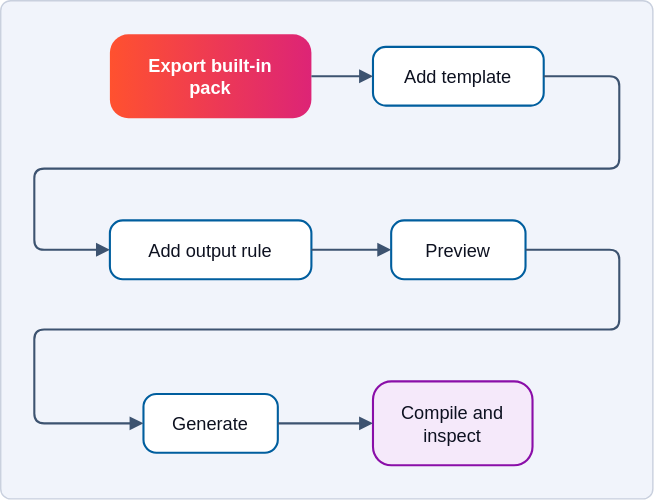
Above: docs/images/diagrams/tutorials-build-and-verify-a-scaffold-pack-1.drawio.svg in bleviet/ipcraft-vscode (draw.io), before the change. Source tidied: cells renumbered, new cells last; positions are measured from the earlier drawing's top-left corner, leaving out a move shared by most shapes. Its diagram source:
```xml
<mxGraphModel>
  <root>
    <mxCell id="0" />
    <mxCell id="1" value="Background" parent="0" />
    <mxCell id="2" style="rounded=1;arcSize=2;absoluteArcSize=0;fillColor=#f1f4fb;strokeColor=#c9d0de;" parent="1" vertex="1">
      <mxGeometry width="466" height="356" as="geometry" />
    </mxCell>
    <mxCell id="3" value="Diagram" parent="0" />
    <mxCell id="4" value="Export built-in&#10;pack" style="fontFamily=Manrope, Helvetica, Arial, sans-serif;fontSize=13;fontColor=#0d1120;strokeWidth=1.5;rounded=1;arcSize=22;fillColor=#ff512f;gradientColor=#dd2476;gradientDirection=east;strokeColor=none;fontColor=#ffffff;fontStyle=1;" parent="3" vertex="1">
      <mxGeometry x="78" y="24" width="144" height="60" as="geometry" />
    </mxCell>
    <mxCell id="5" value="Add template" style="fontFamily=Manrope, Helvetica, Arial, sans-serif;fontSize=13;fontColor=#0d1120;strokeWidth=1.5;rounded=1;arcSize=22;fillColor=#ffffff;strokeColor=#005e9e;" parent="3" vertex="1">
      <mxGeometry x="266" y="33" width="122" height="42" as="geometry" />
    </mxCell>
    <mxCell id="6" value="Add output rule" style="fontFamily=Manrope, Helvetica, Arial, sans-serif;fontSize=13;fontColor=#0d1120;strokeWidth=1.5;rounded=1;arcSize=22;fillColor=#ffffff;strokeColor=#005e9e;" parent="3" vertex="1">
      <mxGeometry x="78" y="157" width="144" height="42" as="geometry" />
    </mxCell>
    <mxCell id="7" value="Preview" style="fontFamily=Manrope, Helvetica, Arial, sans-serif;fontSize=13;fontColor=#0d1120;strokeWidth=1.5;rounded=1;arcSize=22;fillColor=#ffffff;strokeColor=#005e9e;" parent="3" vertex="1">
      <mxGeometry x="279" y="157" width="96" height="42" as="geometry" />
    </mxCell>
    <mxCell id="8" value="Generate" style="fontFamily=Manrope, Helvetica, Arial, sans-serif;fontSize=13;fontColor=#0d1120;strokeWidth=1.5;rounded=1;arcSize=22;fillColor=#ffffff;strokeColor=#005e9e;" parent="3" vertex="1">
      <mxGeometry x="102" y="281" width="96" height="42" as="geometry" />
    </mxCell>
    <mxCell id="9" value="Compile and&#10;inspect" style="fontFamily=Manrope, Helvetica, Arial, sans-serif;fontSize=13;fontColor=#0d1120;strokeWidth=1.5;rounded=1;arcSize=22;fillColor=#f5e9fa;strokeColor=#8a0ea8;" parent="3" vertex="1">
      <mxGeometry x="266" y="272" width="114" height="60" as="geometry" />
    </mxCell>
    <mxCell id="10" style="edgeStyle=orthogonalEdgeStyle;rounded=1;arcSize=14;strokeColor=#3d5370;strokeWidth=1.5;endArrow=block;endFill=1;endSize=6;fontFamily=Manrope, Helvetica, Arial, sans-serif;fontSize=11;fontColor=#3d5370;labelBackgroundColor=#f1f4fb;exitX=1;exitY=0.5;exitDx=0;exitDy=0;entryX=0;entryY=0.5;entryDx=0;entryDy=0;" parent="3" edge="1" source="4" target="5">
      <mxGeometry relative="1" as="geometry" />
    </mxCell>
    <mxCell id="11" style="edgeStyle=orthogonalEdgeStyle;rounded=1;arcSize=14;strokeColor=#3d5370;strokeWidth=1.5;endArrow=block;endFill=1;endSize=6;fontFamily=Manrope, Helvetica, Arial, sans-serif;fontSize=11;fontColor=#3d5370;labelBackgroundColor=#f1f4fb;exitX=1;exitY=0.5;exitDx=0;exitDy=0;entryX=0;entryY=0.5;entryDx=0;entryDy=0;" parent="3" edge="1" source="5" target="6">
      <mxGeometry relative="1" as="geometry">
        <Array as="points">
          <mxPoint x="442" y="54" />
          <mxPoint x="442" y="120" />
          <mxPoint x="24" y="120" />
          <mxPoint x="24" y="178" />
        </Array>
      </mxGeometry>
    </mxCell>
    <mxCell id="12" style="edgeStyle=orthogonalEdgeStyle;rounded=1;arcSize=14;strokeColor=#3d5370;strokeWidth=1.5;endArrow=block;endFill=1;endSize=6;fontFamily=Manrope, Helvetica, Arial, sans-serif;fontSize=11;fontColor=#3d5370;labelBackgroundColor=#f1f4fb;exitX=1;exitY=0.5;exitDx=0;exitDy=0;entryX=0;entryY=0.5;entryDx=0;entryDy=0;" parent="3" edge="1" source="6" target="7">
      <mxGeometry relative="1" as="geometry" />
    </mxCell>
    <mxCell id="13" style="edgeStyle=orthogonalEdgeStyle;rounded=1;arcSize=14;strokeColor=#3d5370;strokeWidth=1.5;endArrow=block;endFill=1;endSize=6;fontFamily=Manrope, Helvetica, Arial, sans-serif;fontSize=11;fontColor=#3d5370;labelBackgroundColor=#f1f4fb;exitX=1;exitY=0.5;exitDx=0;exitDy=0;entryX=0;entryY=0.5;entryDx=0;entryDy=0;" parent="3" edge="1" source="7" target="8">
      <mxGeometry relative="1" as="geometry">
        <Array as="points">
          <mxPoint x="442" y="178" />
          <mxPoint x="442" y="235" />
          <mxPoint x="24" y="235" />
          <mxPoint x="24" y="302" />
        </Array>
      </mxGeometry>
    </mxCell>
    <mxCell id="14" style="edgeStyle=orthogonalEdgeStyle;rounded=1;arcSize=14;strokeColor=#3d5370;strokeWidth=1.5;endArrow=block;endFill=1;endSize=6;fontFamily=Manrope, Helvetica, Arial, sans-serif;fontSize=11;fontColor=#3d5370;labelBackgroundColor=#f1f4fb;exitX=1;exitY=0.5;exitDx=0;exitDy=0;entryX=0;entryY=0.5;entryDx=0;entryDy=0;" parent="3" edge="1" source="8" target="9">
      <mxGeometry relative="1" as="geometry" />
    </mxCell>
  </root>
</mxGraphModel>
```
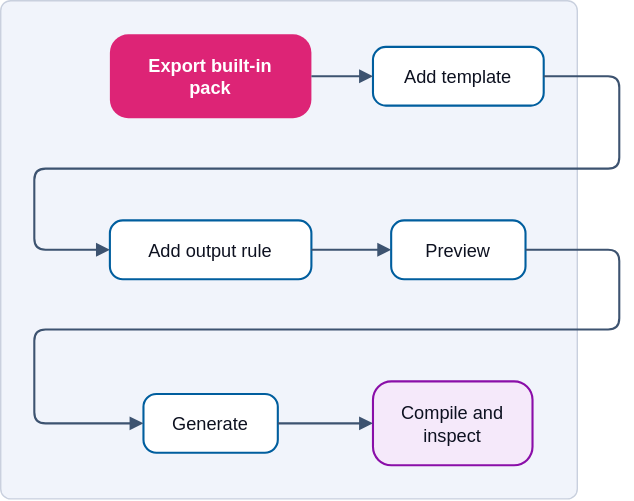
Above is the later version.

What changed in the source:
```diff
@@ -3,10 +3,10 @@
     <mxCell id="0" />
     <mxCell id="1" value="Background" parent="0" />
     <mxCell id="2" style="rounded=1;arcSize=2;absoluteArcSize=0;fillColor=#f1f4fb;strokeColor=#c9d0de;" parent="1" vertex="1">
-      <mxGeometry width="466" height="356" as="geometry" />
+      <mxGeometry width="412" height="356" as="geometry" />
     </mxCell>
     <mxCell id="3" value="Diagram" parent="0" />
-    <mxCell id="4" value="Export built-in&#10;pack" style="fontFamily=Manrope, Helvetica, Arial, sans-serif;fontSize=13;fontColor=#0d1120;strokeWidth=1.5;rounded=1;arcSize=22;fillColor=#ff512f;gradientColor=#dd2476;gradientDirection=east;strokeColor=none;fontColor=#ffffff;fontStyle=1;" parent="3" vertex="1">
+    <mxCell id="4" value="Export built-in&#10;pack" style="fontFamily=Manrope, Helvetica, Arial, sans-serif;fontSize=13;fontColor=#0d1120;strokeWidth=1.5;rounded=1;arcSize=22;fillColor=#dd2476;strokeColor=none;fontColor=#ffffff;fontStyle=1;" parent="3" vertex="1">
       <mxGeometry x="78" y="24" width="144" height="60" as="geometry" />
     </mxCell>
     <mxCell id="5" value="Add template" style="fontFamily=Manrope, Helvetica, Arial, sans-serif;fontSize=13;fontColor=#0d1120;strokeWidth=1.5;rounded=1;arcSize=22;fillColor=#ffffff;strokeColor=#005e9e;" parent="3" vertex="1">
@@ -24,10 +24,10 @@
     <mxCell id="9" value="Compile and&#10;inspect" style="fontFamily=Manrope, Helvetica, Arial, sans-serif;fontSize=13;fontColor=#0d1120;strokeWidth=1.5;rounded=1;arcSize=22;fillColor=#f5e9fa;strokeColor=#8a0ea8;" parent="3" vertex="1">
       <mxGeometry x="266" y="272" width="114" height="60" as="geometry" />
     </mxCell>
-    <mxCell id="10" style="edgeStyle=orthogonalEdgeStyle;rounded=1;arcSize=14;strokeColor=#3d5370;strokeWidth=1.5;endArrow=block;endFill=1;endSize=6;fontFamily=Manrope, Helvetica, Arial, sans-serif;fontSize=11;fontColor=#3d5370;labelBackgroundColor=#f1f4fb;exitX=1;exitY=0.5;exitDx=0;exitDy=0;entryX=0;entryY=0.5;entryDx=0;entryDy=0;" parent="3" edge="1" source="4" target="5">
+    <mxCell id="10" style="edgeStyle=orthogonalEdgeStyle;rounded=1;arcSize=16;html=0;strokeColor=#3d5370;strokeWidth=1.5;endArrow=block;endFill=1;endSize=6;fontFamily=Manrope, Helvetica, Arial, sans-serif;fontSize=11;fontColor=#3d5370;labelBackgroundColor=#f1f4fb;exitX=1;exitY=0.5;exitDx=0;exitDy=0;entryX=0;entryY=0.5;entryDx=0;entryDy=0;" parent="3" edge="1" source="4" target="5">
       <mxGeometry relative="1" as="geometry" />
     </mxCell>
-    <mxCell id="11" style="edgeStyle=orthogonalEdgeStyle;rounded=1;arcSize=14;strokeColor=#3d5370;strokeWidth=1.5;endArrow=block;endFill=1;endSize=6;fontFamily=Manrope, Helvetica, Arial, sans-serif;fontSize=11;fontColor=#3d5370;labelBackgroundColor=#f1f4fb;exitX=1;exitY=0.5;exitDx=0;exitDy=0;entryX=0;entryY=0.5;entryDx=0;entryDy=0;" parent="3" edge="1" source="5" target="6">
+    <mxCell id="11" style="edgeStyle=orthogonalEdgeStyle;rounded=1;arcSize=16;html=0;strokeColor=#3d5370;strokeWidth=1.5;endArrow=block;endFill=1;endSize=6;fontFamily=Manrope, Helvetica, Arial, sans-serif;fontSize=11;fontColor=#3d5370;labelBackgroundColor=#f1f4fb;exitX=1;exitY=0.5;exitDx=0;exitDy=0;entryX=0;entryY=0.5;entryDx=0;entryDy=0;" parent="3" edge="1" source="5" target="6">
       <mxGeometry relative="1" as="geometry">
         <Array as="points">
           <mxPoint x="442" y="54" />
@@ -37,10 +37,10 @@
         </Array>
       </mxGeometry>
     </mxCell>
-    <mxCell id="12" style="edgeStyle=orthogonalEdgeStyle;rounded=1;arcSize=14;strokeColor=#3d5370;strokeWidth=1.5;endArrow=block;endFill=1;endSize=6;fontFamily=Manrope, Helvetica, Arial, sans-serif;fontSize=11;fontColor=#3d5370;labelBackgroundColor=#f1f4fb;exitX=1;exitY=0.5;exitDx=0;exitDy=0;entryX=0;entryY=0.5;entryDx=0;entryDy=0;" parent="3" edge="1" source="6" target="7">
+    <mxCell id="12" style="edgeStyle=orthogonalEdgeStyle;rounded=1;arcSize=16;html=0;strokeColor=#3d5370;strokeWidth=1.5;endArrow=block;endFill=1;endSize=6;fontFamily=Manrope, Helvetica, Arial, sans-serif;fontSize=11;fontColor=#3d5370;labelBackgroundColor=#f1f4fb;exitX=1;exitY=0.5;exitDx=0;exitDy=0;entryX=0;entryY=0.5;entryDx=0;entryDy=0;" parent="3" edge="1" source="6" target="7">
       <mxGeometry relative="1" as="geometry" />
     </mxCell>
-    <mxCell id="13" style="edgeStyle=orthogonalEdgeStyle;rounded=1;arcSize=14;strokeColor=#3d5370;strokeWidth=1.5;endArrow=block;endFill=1;endSize=6;fontFamily=Manrope, Helvetica, Arial, sans-serif;fontSize=11;fontColor=#3d5370;labelBackgroundColor=#f1f4fb;exitX=1;exitY=0.5;exitDx=0;exitDy=0;entryX=0;entryY=0.5;entryDx=0;entryDy=0;" parent="3" edge="1" source="7" target="8">
+    <mxCell id="13" style="edgeStyle=orthogonalEdgeStyle;rounded=1;arcSize=16;html=0;strokeColor=#3d5370;strokeWidth=1.5;endArrow=block;endFill=1;endSize=6;fontFamily=Manrope, Helvetica, Arial, sans-serif;fontSize=11;fontColor=#3d5370;labelBackgroundColor=#f1f4fb;exitX=1;exitY=0.5;exitDx=0;exitDy=0;entryX=0;entryY=0.5;entryDx=0;entryDy=0;" parent="3" edge="1" source="7" target="8">
       <mxGeometry relative="1" as="geometry">
         <Array as="points">
           <mxPoint x="442" y="178" />
@@ -50,7 +50,7 @@
         </Array>
       </mxGeometry>
     </mxCell>
-    <mxCell id="14" style="edgeStyle=orthogonalEdgeStyle;rounded=1;arcSize=14;strokeColor=#3d5370;strokeWidth=1.5;endArrow=block;endFill=1;endSize=6;fontFamily=Manrope, Helvetica, Arial, sans-serif;fontSize=11;fontColor=#3d5370;labelBackgroundColor=#f1f4fb;exitX=1;exitY=0.5;exitDx=0;exitDy=0;entryX=0;entryY=0.5;entryDx=0;entryDy=0;" parent="3" edge="1" source="8" target="9">
+    <mxCell id="14" style="edgeStyle=orthogonalEdgeStyle;rounded=1;arcSize=16;html=0;strokeColor=#3d5370;strokeWidth=1.5;endArrow=block;endFill=1;endSize=6;fontFamily=Manrope, Helvetica, Arial, sans-serif;fontSize=11;fontColor=#3d5370;labelBackgroundColor=#f1f4fb;exitX=1;exitY=0.5;exitDx=0;exitDy=0;entryX=0;entryY=0.5;entryDx=0;entryDy=0;" parent="3" edge="1" source="8" target="9">
       <mxGeometry relative="1" as="geometry" />
     </mxCell>
   </root>
```
